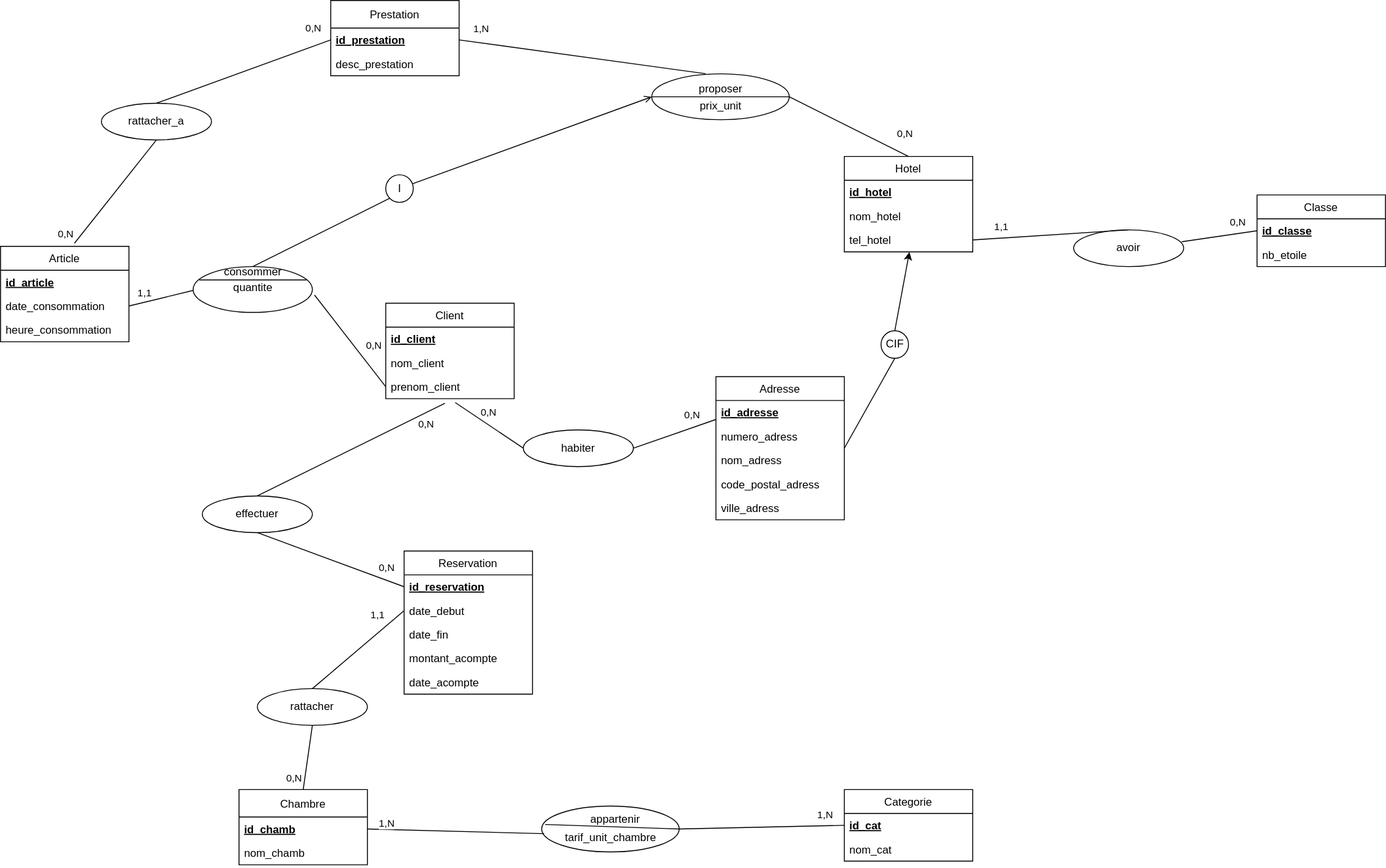
The draw.io diagram 0-exercices/corrections/hotel/img/hotel.svg in 2023-09-02-2ITECH-CDA-LYON/merise, before a commit. Source tidied: cells renumbered, new cells last; positions are measured from the earlier drawing's top-left corner, leaving out a move shared by most shapes.
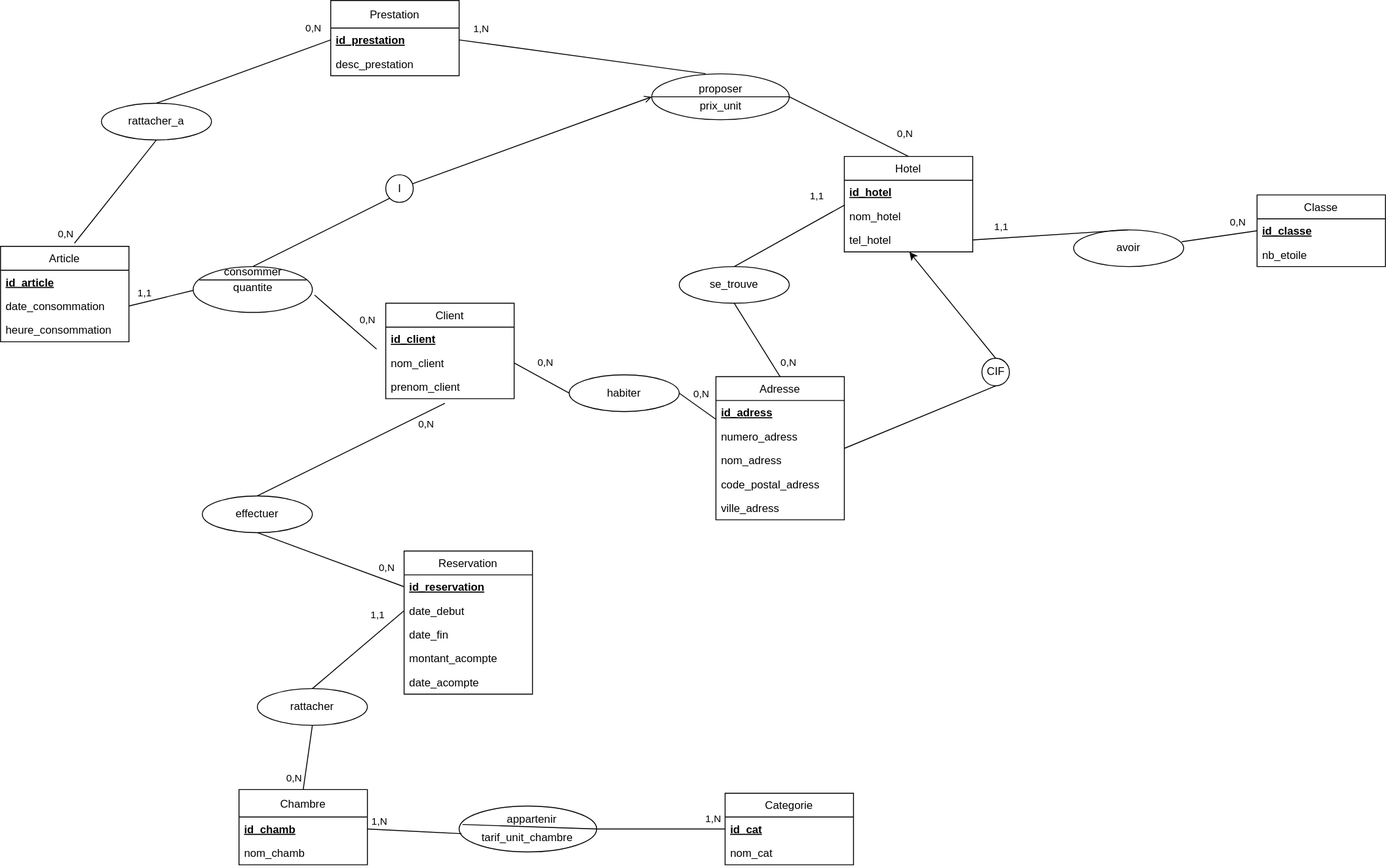
The same file after the commit.

The edit, as a diff of the source:
```diff
@@ -75,7 +75,7 @@
       <mxGeometry y="130" width="140" height="26" as="geometry" />
     </mxCell>
     <mxCell id="26" value="Categorie" style="swimlane;fontStyle=0;horizontal=1;startSize=26;fillColor=none;" parent="1" vertex="1">
-      <mxGeometry x="920" y="860" width="140" height="78" as="geometry" />
+      <mxGeometry x="790" y="864" width="140" height="78" as="geometry" />
     </mxCell>
     <mxCell id="27" value="id_cat" style="text;strokeColor=none;fillColor=none;align=left;verticalAlign=top;spacingLeft=4;spacingRight=4;overflow=hidden;points=[[0,0.5],[1,0.5]];portConstraint=eastwest;fontStyle=5;" parent="26" vertex="1">
       <mxGeometry y="26" width="140" height="26" as="geometry" />
@@ -119,8 +119,10 @@
         <mxPoint x="-10" y="-13" as="offset" />
       </mxGeometry>
     </mxCell>
-    <mxCell id="39" style="html=1;endArrow=none;elbow=vertical;exitX=1.018;exitY=0.621;exitDx=0;exitDy=0;entryX=0;entryY=0.5;entryDx=0;entryDy=0;exitPerimeter=0;" parent="1" edge="1" source="72" target="5">
-      <mxGeometry relative="1" as="geometry" />
+    <mxCell id="39" style="html=1;endArrow=none;elbow=vertical;exitX=1.018;exitY=0.621;exitDx=0;exitDy=0;exitPerimeter=0;" parent="1" edge="1" source="72">
+      <mxGeometry relative="1" as="geometry">
+        <mxPoint x="410" y="380" as="targetPoint" />
+      </mxGeometry>
     </mxCell>
     <mxCell id="40" value="0,N" style="edgeLabel;html=1;align=center;verticalAlign=middle;" parent="39" vertex="1">
       <mxGeometry x="0.36" y="-1" relative="1" as="geometry">
@@ -152,14 +154,14 @@
       </mxGeometry>
     </mxCell>
     <mxCell id="47" style="ellipse;whiteSpace=wrap;html=1;" parent="1" vertex="1">
-      <mxGeometry x="590" y="878" width="150" height="50" as="geometry" />
+      <mxGeometry x="500" y="878" width="150" height="50" as="geometry" />
     </mxCell>
     <mxCell id="48" style="html=1;endArrow=none;elbow=vertical;exitX=1;exitY=0.5;exitDx=0;exitDy=0;entryX=0.018;entryY=0.602;entryDx=0;entryDy=0;entryPerimeter=0;" parent="1" edge="1" source="18" target="47">
       <mxGeometry relative="1" as="geometry" />
     </mxCell>
     <mxCell id="49" value="1,N" style="edgeLabel;html=1;align=center;verticalAlign=middle;" parent="48" vertex="1">
       <mxGeometry x="-0.81" y="2" relative="1" as="geometry">
-        <mxPoint x="2" y="-5" as="offset" />
+        <mxPoint x="2" y="-7" as="offset" />
       </mxGeometry>
     </mxCell>
     <mxCell id="50" style="html=1;endArrow=none;elbow=vertical;entryX=0;entryY=0.5;entryDx=0;entryDy=0;exitX=1;exitY=0.5;exitDx=0;exitDy=0;" parent="1" edge="1" source="47" target="27">
@@ -206,7 +208,7 @@
       <mxGeometry relative="1" as="geometry" />
     </mxCell>
     <mxCell id="61" value="tarif_unit_chambre" style="text;html=1;align=center;verticalAlign=middle;strokeColor=none;fillColor=none;" parent="1" vertex="1">
-      <mxGeometry x="605" y="898" width="120" height="30" as="geometry" />
+      <mxGeometry x="514" y="898" width="120" height="30" as="geometry" />
     </mxCell>
     <mxCell id="62" style="ellipse;whiteSpace=wrap;html=1;" parent="1" vertex="1">
       <mxGeometry x="710" y="80" width="150" height="50" as="geometry" />
@@ -240,7 +242,7 @@
       </mxGeometry>
     </mxCell>
     <mxCell id="71" value="appartenir" style="text;html=1;align=center;verticalAlign=middle;strokeColor=none;fillColor=none;" parent="1" vertex="1">
-      <mxGeometry x="630" y="878" width="80" height="30" as="geometry" />
+      <mxGeometry x="539" y="878" width="80" height="30" as="geometry" />
     </mxCell>
     <mxCell id="72" style="shape=ellipse;horizontal=1;html=1;dashed=0;" parent="1" vertex="1">
       <mxGeometry x="210" y="290" width="130" height="50" as="geometry" />
@@ -266,7 +268,7 @@
     <mxCell id="79" value="Adresse" style="swimlane;fontStyle=0;horizontal=1;startSize=26;fillColor=none;" parent="1" vertex="1">
       <mxGeometry x="780" y="410" width="140" height="156" as="geometry" />
     </mxCell>
-    <mxCell id="80" value="id_adresse" style="text;strokeColor=none;fillColor=none;align=left;verticalAlign=top;spacingLeft=4;spacingRight=4;overflow=hidden;points=[[0,0.5],[1,0.5]];portConstraint=eastwest;fontStyle=5;" parent="79" vertex="1">
+    <mxCell id="80" value="id_adress" style="text;strokeColor=none;fillColor=none;align=left;verticalAlign=top;spacingLeft=4;spacingRight=4;overflow=hidden;points=[[0,0.5],[1,0.5]];portConstraint=eastwest;fontStyle=5;" parent="79" vertex="1">
       <mxGeometry y="26" width="140" height="26" as="geometry" />
     </mxCell>
     <mxCell id="81" value="numero_adress" style="text;strokeColor=none;fillColor=none;align=left;verticalAlign=top;spacingLeft=4;spacingRight=4;overflow=hidden;" parent="79" vertex="1">
@@ -282,14 +284,14 @@
       <mxGeometry y="130" width="140" height="26" as="geometry" />
     </mxCell>
     <mxCell id="85" value="habiter" style="ellipse;whiteSpace=wrap;html=1;" parent="1" vertex="1">
-      <mxGeometry x="570" y="468" width="120" height="40" as="geometry" />
+      <mxGeometry x="620" y="408" width="120" height="40" as="geometry" />
     </mxCell>
-    <mxCell id="86" style="html=1;endArrow=none;elbow=vertical;entryX=0;entryY=0.5;entryDx=0;entryDy=0;exitX=0.541;exitY=1.162;exitDx=0;exitDy=0;exitPerimeter=0;" parent="1" edge="1" source="5" target="85">
+    <mxCell id="86" style="html=1;endArrow=none;elbow=vertical;entryX=0;entryY=0.5;entryDx=0;entryDy=0;exitX=1;exitY=0.5;exitDx=0;exitDy=0;" parent="1" edge="1" source="4" target="85">
       <mxGeometry relative="1" as="geometry" />
     </mxCell>
     <mxCell id="87" value="0,N" style="edgeLabel;html=1;align=center;verticalAlign=middle;" parent="86" vertex="1">
       <mxGeometry x="-0.66" y="3" relative="1" as="geometry">
-        <mxPoint x="22" y="4" as="offset" />
+        <mxPoint x="22" y="-4" as="offset" />
       </mxGeometry>
     </mxCell>
     <mxCell id="88" style="html=1;endArrow=none;elbow=vertical;exitX=1;exitY=0.5;exitDx=0;exitDy=0;entryX=0.001;entryY=0.792;entryDx=0;entryDy=0;entryPerimeter=0;" parent="1" edge="1" source="85" target="80">
@@ -297,17 +299,36 @@
     </mxCell>
     <mxCell id="89" value="0,N" style="edgeLabel;html=1;align=center;verticalAlign=middle;" parent="88" vertex="1">
       <mxGeometry x="-0.66" y="3" relative="1" as="geometry">
-        <mxPoint x="49" y="-28" as="offset" />
+        <mxPoint x="15" y="-2" as="offset" />
       </mxGeometry>
     </mxCell>
     <mxCell id="90" style="html=1;endArrow=none;elbow=vertical;exitX=0.5;exitY=1;exitDx=0;exitDy=0;entryX=0.999;entryY=0.008;entryDx=0;entryDy=0;entryPerimeter=0;" parent="1" edge="1" source="91" target="82">
       <mxGeometry relative="1" as="geometry" />
     </mxCell>
     <mxCell id="91" value="CIF" style="ellipse;html=1;" parent="1" vertex="1">
-      <mxGeometry x="960" y="360" width="30" height="30" as="geometry" />
+      <mxGeometry x="1070" y="390" width="30" height="30" as="geometry" />
     </mxCell>
     <mxCell id="92" style="html=1;endArrow=none;elbow=vertical;exitX=0.507;exitY=1.008;exitDx=0;exitDy=0;entryX=0.5;entryY=0;entryDx=0;entryDy=0;exitPerimeter=0;endFill=0;startArrow=classic;startFill=1;" parent="1" edge="1" source="16" target="91">
       <mxGeometry relative="1" as="geometry" />
     </mxCell>
+    <mxCell id="93" value="se_trouve" style="ellipse;whiteSpace=wrap;html=1;" parent="1" vertex="1">
+      <mxGeometry x="740" y="290" width="120" height="40" as="geometry" />
+    </mxCell>
+    <mxCell id="94" style="html=1;endArrow=none;elbow=vertical;entryX=0.5;entryY=0;entryDx=0;entryDy=0;exitX=0.5;exitY=1;exitDx=0;exitDy=0;" parent="1" edge="1" source="93" target="79">
+      <mxGeometry relative="1" as="geometry" />
+    </mxCell>
+    <mxCell id="95" value="0,N" style="edgeLabel;html=1;align=center;verticalAlign=middle;" parent="94" vertex="1">
+      <mxGeometry x="-0.66" y="3" relative="1" as="geometry">
+        <mxPoint x="47" y="53" as="offset" />
+      </mxGeometry>
+    </mxCell>
+    <mxCell id="96" style="html=1;endArrow=none;elbow=vertical;entryX=0.004;entryY=0.031;entryDx=0;entryDy=0;exitX=0.5;exitY=0;exitDx=0;exitDy=0;entryPerimeter=0;" parent="1" edge="1" source="93" target="15">
+      <mxGeometry relative="1" as="geometry" />
+    </mxCell>
+    <mxCell id="97" value="1,1" style="edgeLabel;html=1;align=center;verticalAlign=middle;" parent="96" vertex="1">
+      <mxGeometry x="-0.66" y="3" relative="1" as="geometry">
+        <mxPoint x="71" y="-64" as="offset" />
+      </mxGeometry>
+    </mxCell>
   </root>
 </mxGraphModel>
```
